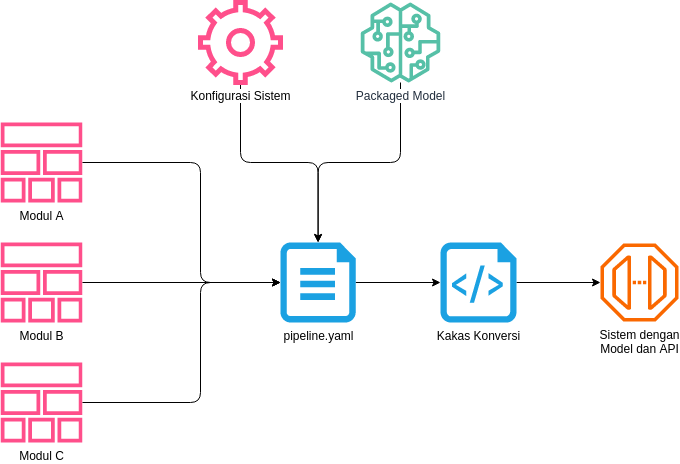
This is resources/images/chapter-3/03-rancangan-solusi.drawio.png from mkamadeus/final-report, a draw.io export, as it was before one commit. Source tidied: cells renumbered, new cells last; positions are measured from the earlier drawing's top-left corner, leaving out a move shared by most shapes. The source it was exported from:
```xml
<mxGraphModel>
  <root>
    <mxCell id="0" />
    <mxCell id="1" parent="0" />
    <mxCell id="2" style="edgeStyle=none;html=1;entryX=0;entryY=0.5;entryDx=0;entryDy=0;entryPerimeter=0;strokeColor=#000000;" parent="1" edge="1" source="3" target="13">
      <mxGeometry relative="1" as="geometry" />
    </mxCell>
    <mxCell id="3" value="&lt;font color=&quot;#000000&quot; style=&quot;background-color: rgb(255 , 255 , 255)&quot;&gt;pipeline.yaml&lt;/font&gt;" style="shadow=0;dashed=0;html=1;labelPosition=center;verticalLabelPosition=bottom;verticalAlign=top;align=center;shape=mxgraph.azure.file;fillColor=#1ba1e2;fontColor=#ffffff;strokeColor=none;" parent="1" vertex="1">
      <mxGeometry x="280" y="240" width="75.2" height="80" as="geometry" />
    </mxCell>
    <mxCell id="4" style="edgeStyle=orthogonalEdgeStyle;html=1;entryX=0;entryY=0.5;entryDx=0;entryDy=0;entryPerimeter=0;strokeColor=#000000;" parent="1" edge="1" source="5" target="3">
      <mxGeometry relative="1" as="geometry">
        <Array as="points">
          <mxPoint x="200" y="160" />
          <mxPoint x="200" y="280" />
        </Array>
      </mxGeometry>
    </mxCell>
    <mxCell id="5" value="&lt;font color=&quot;#000000&quot; style=&quot;background-color: rgb(255 , 255 , 255)&quot;&gt;Modul A&lt;/font&gt;" style="outlineConnect=0;fontColor=#232F3E;gradientColor=none;fillColor=#FF4F8B;strokeColor=none;dashed=0;verticalLabelPosition=bottom;verticalAlign=top;align=center;html=1;fontSize=12;fontStyle=0;shape=mxgraph.aws4.stack;" parent="1" vertex="1">
      <mxGeometry y="120" width="82.1" height="80" as="geometry" />
    </mxCell>
    <mxCell id="6" style="edgeStyle=orthogonalEdgeStyle;html=1;strokeColor=#000000;" parent="1" edge="1" source="7" target="3">
      <mxGeometry relative="1" as="geometry" />
    </mxCell>
    <mxCell id="7" value="&lt;font color=&quot;#000000&quot; style=&quot;background-color: rgb(255 , 255 , 255)&quot;&gt;Modul B&lt;/font&gt;" style="outlineConnect=0;fontColor=#232F3E;gradientColor=none;fillColor=#FF4F8B;strokeColor=none;dashed=0;verticalLabelPosition=bottom;verticalAlign=top;align=center;html=1;fontSize=12;fontStyle=0;shape=mxgraph.aws4.stack;" parent="1" vertex="1">
      <mxGeometry y="240" width="82.1" height="80" as="geometry" />
    </mxCell>
    <mxCell id="8" style="edgeStyle=orthogonalEdgeStyle;html=1;entryX=0;entryY=0.5;entryDx=0;entryDy=0;entryPerimeter=0;strokeColor=#000000;" parent="1" edge="1" source="9" target="3">
      <mxGeometry relative="1" as="geometry">
        <Array as="points">
          <mxPoint x="200" y="400" />
          <mxPoint x="200" y="280" />
        </Array>
      </mxGeometry>
    </mxCell>
    <mxCell id="9" value="&lt;font style=&quot;background-color: rgb(255 , 255 , 255)&quot; color=&quot;#000000&quot;&gt;Modul C&lt;/font&gt;" style="outlineConnect=0;fontColor=#232F3E;gradientColor=none;fillColor=#FF4F8B;strokeColor=none;dashed=0;verticalLabelPosition=bottom;verticalAlign=top;align=center;html=1;fontSize=12;fontStyle=0;shape=mxgraph.aws4.stack;" parent="1" vertex="1">
      <mxGeometry y="360" width="82.1" height="80" as="geometry" />
    </mxCell>
    <mxCell id="10" style="edgeStyle=orthogonalEdgeStyle;html=1;entryX=0.5;entryY=0;entryDx=0;entryDy=0;entryPerimeter=0;strokeColor=#000000;" parent="1" edge="1" source="11" target="3">
      <mxGeometry relative="1" as="geometry" />
    </mxCell>
    <mxCell id="11" value="&lt;font color=&quot;#000000&quot;&gt;Konfigurasi Sistem&lt;/font&gt;" style="html=1;verticalLabelPosition=bottom;align=center;labelBackgroundColor=#ffffff;verticalAlign=top;strokeWidth=5;shadow=0;dashed=0;shape=mxgraph.ios7.icons.settings;fillColor=none;strokeColor=#FF4F8B;" parent="1" vertex="1">
      <mxGeometry x="200" width="80" height="80" as="geometry" />
    </mxCell>
    <mxCell id="12" style="edgeStyle=orthogonalEdgeStyle;html=1;exitX=1;exitY=0.5;exitDx=0;exitDy=0;exitPerimeter=0;strokeColor=#000000;" parent="1" edge="1" source="13" target="16">
      <mxGeometry relative="1" as="geometry" />
    </mxCell>
    <mxCell id="13" value="&lt;font color=&quot;#000000&quot; style=&quot;background-color: rgb(255 , 255 , 255)&quot;&gt;Kakas Konversi&lt;/font&gt;" style="verticalLabelPosition=bottom;html=1;verticalAlign=top;align=center;fillColor=#1ba1e2;shape=mxgraph.azure.script_file;fontColor=#ffffff;strokeColor=none;" parent="1" vertex="1">
      <mxGeometry x="440" y="240" width="76" height="80" as="geometry" />
    </mxCell>
    <mxCell id="14" style="edgeStyle=orthogonalEdgeStyle;html=1;entryX=0.5;entryY=0;entryDx=0;entryDy=0;entryPerimeter=0;strokeColor=#000000;" parent="1" edge="1" source="15" target="3">
      <mxGeometry relative="1" as="geometry">
        <Array as="points">
          <mxPoint x="400" y="160" />
          <mxPoint x="318" y="160" />
        </Array>
      </mxGeometry>
    </mxCell>
    <mxCell id="15" value="&lt;span style=&quot;background-color: rgb(255 , 255 , 255)&quot;&gt;Packaged Model&lt;/span&gt;" style="outlineConnect=0;fontColor=#232F3E;gradientColor=none;fillColor=#56C0A7;strokeColor=none;dashed=0;verticalLabelPosition=bottom;verticalAlign=top;align=center;html=1;fontSize=12;fontStyle=0;shape=mxgraph.aws4.sagemaker_model;" parent="1" vertex="1">
      <mxGeometry x="360" width="80" height="80" as="geometry" />
    </mxCell>
    <mxCell id="16" value="&lt;span style=&quot;background-color: rgb(255 , 255 , 255)&quot;&gt;Sistem dengan&lt;br&gt;Model dan API&lt;br&gt;&lt;/span&gt;" style="outlineConnect=0;fontColor=#000000;fillColor=#fa6800;strokeColor=#C73500;dashed=0;verticalLabelPosition=bottom;verticalAlign=top;align=center;html=1;fontSize=12;fontStyle=0;shape=mxgraph.aws4.endpoint;" parent="1" vertex="1">
      <mxGeometry x="600" y="241" width="78" height="78" as="geometry" />
    </mxCell>
  </root>
</mxGraphModel>
```
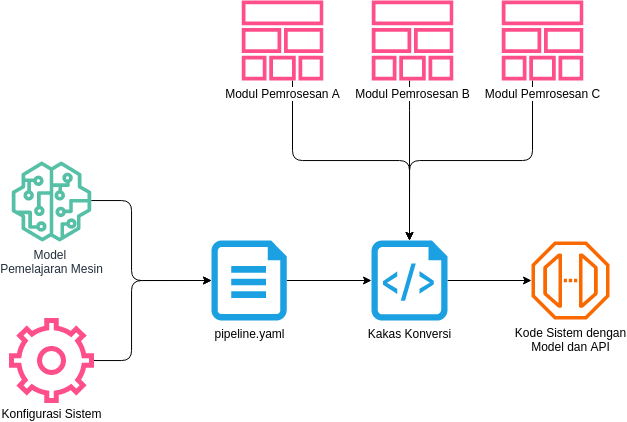
After the commit.

What changed in the source:
```diff
@@ -8,39 +8,49 @@
     <mxCell id="3" value="&lt;font color=&quot;#000000&quot; style=&quot;background-color: rgb(255 , 255 , 255)&quot;&gt;pipeline.yaml&lt;/font&gt;" style="shadow=0;dashed=0;html=1;labelPosition=center;verticalLabelPosition=bottom;verticalAlign=top;align=center;shape=mxgraph.azure.file;fillColor=#1ba1e2;fontColor=#ffffff;strokeColor=none;" parent="1" vertex="1">
       <mxGeometry x="280" y="240" width="75.2" height="80" as="geometry" />
     </mxCell>
-    <mxCell id="4" style="edgeStyle=orthogonalEdgeStyle;html=1;entryX=0;entryY=0.5;entryDx=0;entryDy=0;entryPerimeter=0;strokeColor=#000000;" parent="1" edge="1" source="5" target="3">
+    <mxCell id="4" style="edgeStyle=orthogonalEdgeStyle;html=1;entryX=0.5;entryY=0;entryDx=0;entryDy=0;entryPerimeter=0;strokeColor=#000000;" parent="1" edge="1" source="5" target="13">
       <mxGeometry relative="1" as="geometry">
         <Array as="points">
-          <mxPoint x="200" y="160" />
-          <mxPoint x="200" y="280" />
+          <mxPoint x="361" y="160" />
+          <mxPoint x="478" y="160" />
         </Array>
       </mxGeometry>
     </mxCell>
-    <mxCell id="5" value="&lt;font color=&quot;#000000&quot; style=&quot;background-color: rgb(255 , 255 , 255)&quot;&gt;Modul A&lt;/font&gt;" style="outlineConnect=0;fontColor=#232F3E;gradientColor=none;fillColor=#FF4F8B;strokeColor=none;dashed=0;verticalLabelPosition=bottom;verticalAlign=top;align=center;html=1;fontSize=12;fontStyle=0;shape=mxgraph.aws4.stack;" parent="1" vertex="1">
-      <mxGeometry y="120" width="82.1" height="80" as="geometry" />
+    <mxCell id="5" value="&lt;font color=&quot;#000000&quot; style=&quot;background-color: rgb(255 , 255 , 255)&quot;&gt;Modul Pemrosesan A&lt;/font&gt;" style="outlineConnect=0;fontColor=#232F3E;gradientColor=none;fillColor=#FF4F8B;strokeColor=none;dashed=0;verticalLabelPosition=bottom;verticalAlign=top;align=center;html=1;fontSize=12;fontStyle=0;shape=mxgraph.aws4.stack;" parent="1" vertex="1">
+      <mxGeometry x="310" width="82.1" height="80" as="geometry" />
     </mxCell>
-    <mxCell id="6" style="edgeStyle=orthogonalEdgeStyle;html=1;strokeColor=#000000;" parent="1" edge="1" source="7" target="3">
-      <mxGeometry relative="1" as="geometry" />
+    <mxCell id="6" style="edgeStyle=orthogonalEdgeStyle;html=1;strokeColor=#000000;entryX=0.5;entryY=0;entryDx=0;entryDy=0;entryPerimeter=0;" parent="1" edge="1" source="7" target="13">
+      <mxGeometry relative="1" as="geometry">
+        <Array as="points">
+          <mxPoint x="478" y="100" />
+          <mxPoint x="478" y="100" />
+        </Array>
+      </mxGeometry>
     </mxCell>
-    <mxCell id="7" value="&lt;font color=&quot;#000000&quot; style=&quot;background-color: rgb(255 , 255 , 255)&quot;&gt;Modul B&lt;/font&gt;" style="outlineConnect=0;fontColor=#232F3E;gradientColor=none;fillColor=#FF4F8B;strokeColor=none;dashed=0;verticalLabelPosition=bottom;verticalAlign=top;align=center;html=1;fontSize=12;fontStyle=0;shape=mxgraph.aws4.stack;" parent="1" vertex="1">
-      <mxGeometry y="240" width="82.1" height="80" as="geometry" />
+    <mxCell id="7" value="&lt;font color=&quot;#000000&quot; style=&quot;background-color: rgb(255 , 255 , 255)&quot;&gt;Modul&amp;nbsp;&lt;/font&gt;&lt;span style=&quot;color: rgb(0 , 0 , 0) ; background-color: rgb(255 , 255 , 255)&quot;&gt;Pemrosesan&amp;nbsp;&lt;/span&gt;&lt;font color=&quot;#000000&quot; style=&quot;background-color: rgb(255 , 255 , 255)&quot;&gt;B&lt;/font&gt;" style="outlineConnect=0;fontColor=#232F3E;gradientColor=none;fillColor=#FF4F8B;strokeColor=none;dashed=0;verticalLabelPosition=bottom;verticalAlign=top;align=center;html=1;fontSize=12;fontStyle=0;shape=mxgraph.aws4.stack;" parent="1" vertex="1">
+      <mxGeometry x="440" width="82.1" height="80" as="geometry" />
     </mxCell>
-    <mxCell id="8" style="edgeStyle=orthogonalEdgeStyle;html=1;entryX=0;entryY=0.5;entryDx=0;entryDy=0;entryPerimeter=0;strokeColor=#000000;" parent="1" edge="1" source="9" target="3">
+    <mxCell id="8" style="edgeStyle=orthogonalEdgeStyle;html=1;entryX=0.5;entryY=0;entryDx=0;entryDy=0;entryPerimeter=0;strokeColor=#000000;" parent="1" edge="1" source="9" target="13">
       <mxGeometry relative="1" as="geometry">
         <Array as="points">
-          <mxPoint x="200" y="400" />
-          <mxPoint x="200" y="280" />
+          <mxPoint x="601" y="160" />
+          <mxPoint x="478" y="160" />
         </Array>
       </mxGeometry>
     </mxCell>
-    <mxCell id="9" value="&lt;font style=&quot;background-color: rgb(255 , 255 , 255)&quot; color=&quot;#000000&quot;&gt;Modul C&lt;/font&gt;" style="outlineConnect=0;fontColor=#232F3E;gradientColor=none;fillColor=#FF4F8B;strokeColor=none;dashed=0;verticalLabelPosition=bottom;verticalAlign=top;align=center;html=1;fontSize=12;fontStyle=0;shape=mxgraph.aws4.stack;" parent="1" vertex="1">
-      <mxGeometry y="360" width="82.1" height="80" as="geometry" />
+    <mxCell id="9" value="&lt;font style=&quot;background-color: rgb(255 , 255 , 255)&quot; color=&quot;#000000&quot;&gt;Modul Pemrosesan C&lt;/font&gt;" style="outlineConnect=0;fontColor=#232F3E;gradientColor=none;fillColor=#FF4F8B;strokeColor=none;dashed=0;verticalLabelPosition=bottom;verticalAlign=top;align=center;html=1;fontSize=12;fontStyle=0;shape=mxgraph.aws4.stack;" parent="1" vertex="1">
+      <mxGeometry x="570" width="82.1" height="80" as="geometry" />
     </mxCell>
-    <mxCell id="10" style="edgeStyle=orthogonalEdgeStyle;html=1;entryX=0.5;entryY=0;entryDx=0;entryDy=0;entryPerimeter=0;strokeColor=#000000;" parent="1" edge="1" source="11" target="3">
-      <mxGeometry relative="1" as="geometry" />
+    <mxCell id="10" style="edgeStyle=orthogonalEdgeStyle;html=1;entryX=0;entryY=0.5;entryDx=0;entryDy=0;entryPerimeter=0;strokeColor=#000000;" parent="1" edge="1" source="11" target="3">
+      <mxGeometry relative="1" as="geometry">
+        <Array as="points">
+          <mxPoint x="200" y="360" />
+          <mxPoint x="200" y="280" />
+        </Array>
+      </mxGeometry>
     </mxCell>
     <mxCell id="11" value="&lt;font color=&quot;#000000&quot;&gt;Konfigurasi Sistem&lt;/font&gt;" style="html=1;verticalLabelPosition=bottom;align=center;labelBackgroundColor=#ffffff;verticalAlign=top;strokeWidth=5;shadow=0;dashed=0;shape=mxgraph.ios7.icons.settings;fillColor=none;strokeColor=#FF4F8B;" parent="1" vertex="1">
-      <mxGeometry x="200" width="80" height="80" as="geometry" />
+      <mxGeometry x="80" y="320" width="80" height="80" as="geometry" />
     </mxCell>
     <mxCell id="12" style="edgeStyle=orthogonalEdgeStyle;html=1;exitX=1;exitY=0.5;exitDx=0;exitDy=0;exitPerimeter=0;strokeColor=#000000;" parent="1" edge="1" source="13" target="16">
       <mxGeometry relative="1" as="geometry" />
@@ -48,18 +58,18 @@
     <mxCell id="13" value="&lt;font color=&quot;#000000&quot; style=&quot;background-color: rgb(255 , 255 , 255)&quot;&gt;Kakas Konversi&lt;/font&gt;" style="verticalLabelPosition=bottom;html=1;verticalAlign=top;align=center;fillColor=#1ba1e2;shape=mxgraph.azure.script_file;fontColor=#ffffff;strokeColor=none;" parent="1" vertex="1">
       <mxGeometry x="440" y="240" width="76" height="80" as="geometry" />
     </mxCell>
-    <mxCell id="14" style="edgeStyle=orthogonalEdgeStyle;html=1;entryX=0.5;entryY=0;entryDx=0;entryDy=0;entryPerimeter=0;strokeColor=#000000;" parent="1" edge="1" source="15" target="3">
+    <mxCell id="14" style="edgeStyle=orthogonalEdgeStyle;html=1;entryX=0;entryY=0.5;entryDx=0;entryDy=0;entryPerimeter=0;strokeColor=#000000;" parent="1" edge="1" source="15" target="3">
       <mxGeometry relative="1" as="geometry">
         <Array as="points">
-          <mxPoint x="400" y="160" />
-          <mxPoint x="318" y="160" />
+          <mxPoint x="200" y="200" />
+          <mxPoint x="200" y="280" />
         </Array>
       </mxGeometry>
     </mxCell>
-    <mxCell id="15" value="&lt;span style=&quot;background-color: rgb(255 , 255 , 255)&quot;&gt;Packaged Model&lt;/span&gt;" style="outlineConnect=0;fontColor=#232F3E;gradientColor=none;fillColor=#56C0A7;strokeColor=none;dashed=0;verticalLabelPosition=bottom;verticalAlign=top;align=center;html=1;fontSize=12;fontStyle=0;shape=mxgraph.aws4.sagemaker_model;" parent="1" vertex="1">
-      <mxGeometry x="360" width="80" height="80" as="geometry" />
+    <mxCell id="15" value="&lt;span style=&quot;background-color: rgb(255 , 255 , 255)&quot;&gt;Model &lt;br&gt;Pemelajaran Mesin&lt;/span&gt;" style="outlineConnect=0;fontColor=#232F3E;gradientColor=none;fillColor=#56C0A7;strokeColor=none;dashed=0;verticalLabelPosition=bottom;verticalAlign=top;align=center;html=1;fontSize=12;fontStyle=0;shape=mxgraph.aws4.sagemaker_model;" parent="1" vertex="1">
+      <mxGeometry x="80" y="161" width="80" height="80" as="geometry" />
     </mxCell>
-    <mxCell id="16" value="&lt;span style=&quot;background-color: rgb(255 , 255 , 255)&quot;&gt;Sistem dengan&lt;br&gt;Model dan API&lt;br&gt;&lt;/span&gt;" style="outlineConnect=0;fontColor=#000000;fillColor=#fa6800;strokeColor=#C73500;dashed=0;verticalLabelPosition=bottom;verticalAlign=top;align=center;html=1;fontSize=12;fontStyle=0;shape=mxgraph.aws4.endpoint;" parent="1" vertex="1">
+    <mxCell id="16" value="&lt;span style=&quot;background-color: rgb(255 , 255 , 255)&quot;&gt;Kode Sistem dengan&lt;br&gt;Model dan API&lt;br&gt;&lt;/span&gt;" style="outlineConnect=0;fontColor=#000000;fillColor=#fa6800;strokeColor=#C73500;dashed=0;verticalLabelPosition=bottom;verticalAlign=top;align=center;html=1;fontSize=12;fontStyle=0;shape=mxgraph.aws4.endpoint;" parent="1" vertex="1">
       <mxGeometry x="600" y="241" width="78" height="78" as="geometry" />
     </mxCell>
   </root>
```
